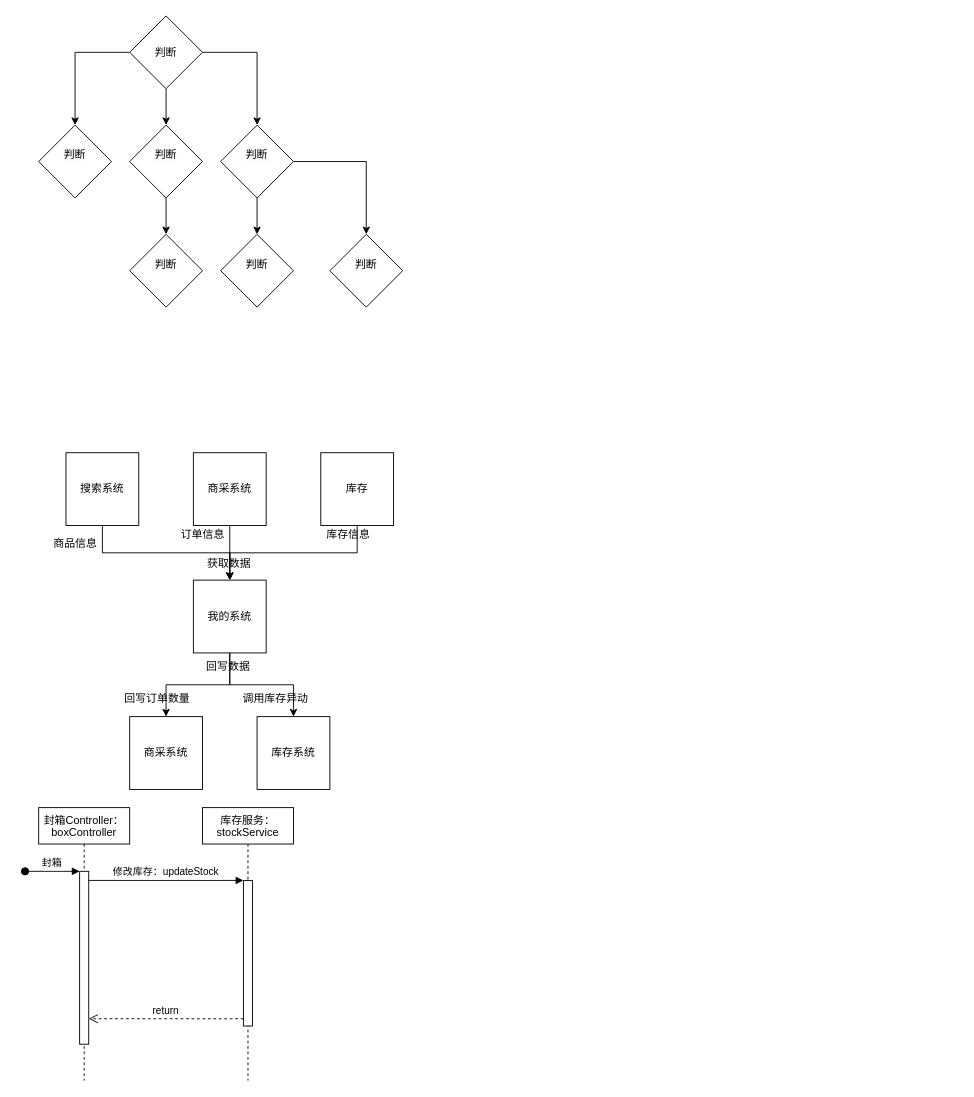
The draw.io diagram page "高效java开发" (6 of 6) of work/revert/产生拣货批单.drawio in aspojo/diagrams, before the edit. Source tidied: cells renumbered, new cells numbered last; positions are measured from the earlier drawing's top-left corner, leaving out a move shared by most shapes. Both pictures are drawn from the tidied source at 91%, with x=0, y=0 at pixel (25, 15).
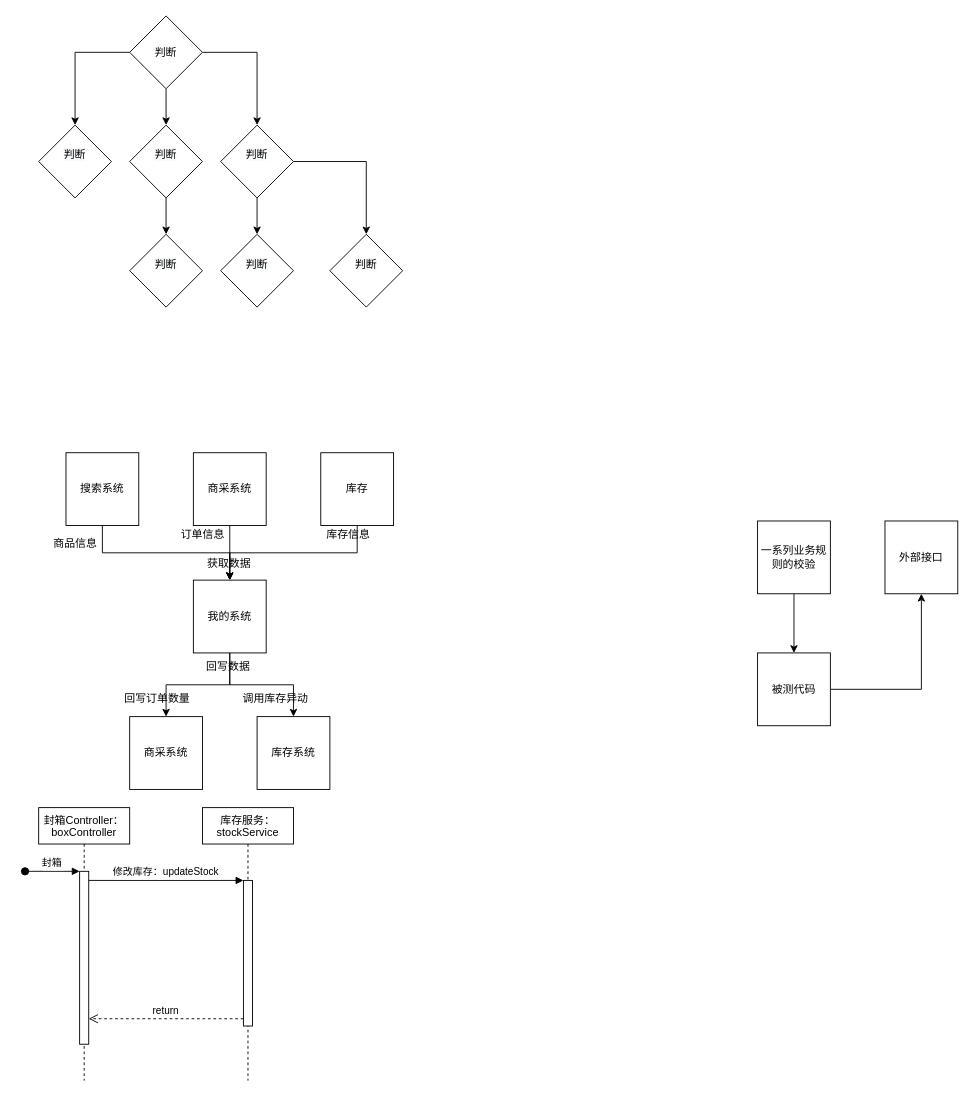
Above is the later version.

Commit message:
更新产生拣货批单.drawio

The edit, as a diff of the source:
```diff
@@
+    <mxCell id="40" style="edgeStyle=orthogonalEdgeStyle;rounded=0;jettySize=auto;html=1;" parent="1" edge="1" source="42" target="43">
+      <mxGeometry relative="1" as="geometry" />
+    </mxCell>
+    <mxCell id="41" style="edgeStyle=orthogonalEdgeStyle;rounded=0;jettySize=auto;html=1;" parent="1" edge="1" source="44" target="42">
+      <mxGeometry relative="1" as="geometry" />
+    </mxCell>
+    <mxCell id="42" value="被测代码" style="whiteSpace=wrap;html=1;" parent="1" vertex="1">
+      <mxGeometry x="805" y="700" width="80" height="80" as="geometry" />
+    </mxCell>
+    <mxCell id="43" value="外部接口" style="whiteSpace=wrap;html=1;" parent="1" vertex="1">
+      <mxGeometry x="945" y="555" width="80" height="80" as="geometry" />
+    </mxCell>
+    <mxCell id="44" value="一系列业务规则的校验" style="whiteSpace=wrap;html=1;" parent="1" vertex="1">
+      <mxGeometry x="805" y="555" width="80" height="80" as="geometry" />
+    </mxCell>
```
